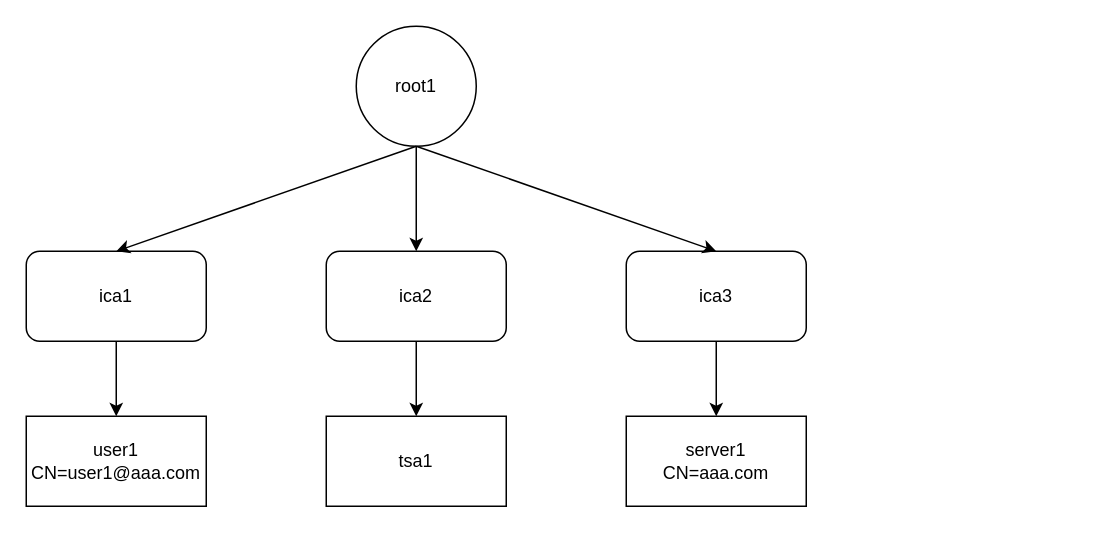
Above: model1.drawio in kjur/Hello-World (draw.io), before the change. Source tidied: cells renumbered, new cells numbered last; positions are measured from the earlier drawing's top-left corner, leaving out a move shared by most shapes. Both pictures are drawn from the tidied source at 150%, with x=0, y=0 at pixel (26, 26).
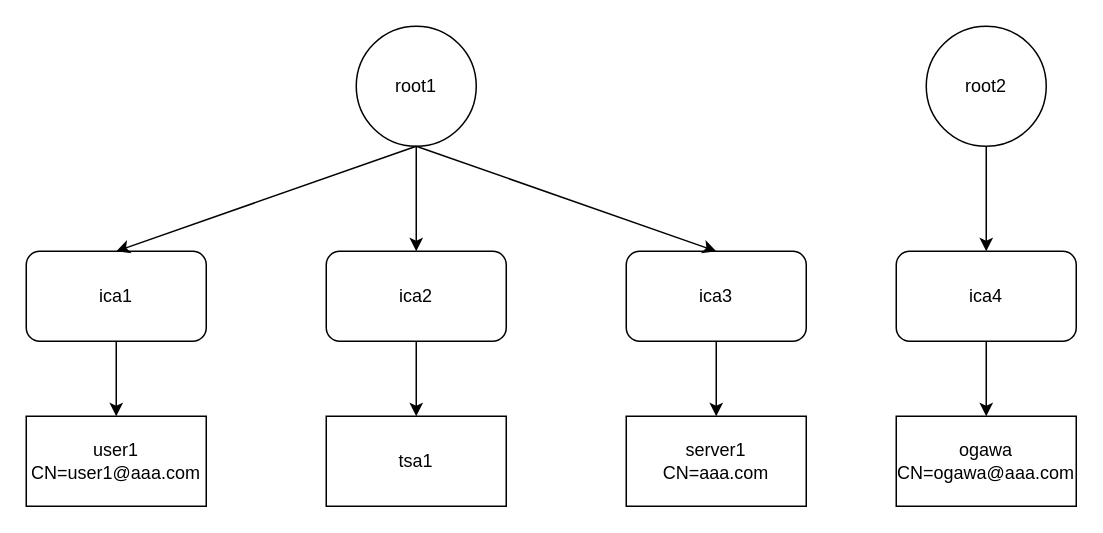
The same page after the edit.

The edit, as a diff of the source:
```diff
@@
 <mxGraphModel>
   <root>
     <mxCell id="0" />
     <mxCell id="1" parent="0" />
     <mxCell id="2" value="root1" style="ellipse;whiteSpace=wrap;html=1;" parent="1" vertex="1">
       <mxGeometry x="220" width="80" height="80" as="geometry" />
     </mxCell>
     <mxCell id="3" value="ica1" style="rounded=1;whiteSpace=wrap;html=1;" parent="1" vertex="1">
       <mxGeometry y="150" width="120" height="60" as="geometry" />
     </mxCell>
     <mxCell id="4" value="ica2" style="rounded=1;whiteSpace=wrap;html=1;" parent="1" vertex="1">
       <mxGeometry x="200" y="150" width="120" height="60" as="geometry" />
     </mxCell>
     <mxCell id="5" value="ica3" style="rounded=1;whiteSpace=wrap;html=1;" parent="1" vertex="1">
       <mxGeometry x="400" y="150" width="120" height="60" as="geometry" />
     </mxCell>
     <mxCell id="6" value="user1&lt;br&gt;CN=user1@aaa.com" style="rounded=0;whiteSpace=wrap;html=1;" parent="1" vertex="1">
       <mxGeometry y="260" width="120" height="60" as="geometry" />
     </mxCell>
     <mxCell id="7" value="tsa1" style="rounded=0;whiteSpace=wrap;html=1;" parent="1" vertex="1">
       <mxGeometry x="200" y="260" width="120" height="60" as="geometry" />
     </mxCell>
     <mxCell id="8" value="server1&lt;br&gt;CN=aaa.com" style="rounded=0;whiteSpace=wrap;html=1;" parent="1" vertex="1">
       <mxGeometry x="400" y="260" width="120" height="60" as="geometry" />
     </mxCell>
     <mxCell id="9" style="endArrow=classic;html=1;rounded=0;exitX=0.5;exitY=1;exitDx=0;exitDy=0;entryX=0.5;entryY=0;entryDx=0;entryDy=0;" parent="1" edge="1" source="2" target="3">
       <mxGeometry relative="1" as="geometry" />
     </mxCell>
     <mxCell id="10" style="endArrow=classic;html=1;rounded=0;exitX=0.5;exitY=1;exitDx=0;exitDy=0;entryX=0.5;entryY=0;entryDx=0;entryDy=0;" parent="1" edge="1" source="2" target="4">
       <mxGeometry relative="1" as="geometry" />
     </mxCell>
     <mxCell id="11" style="endArrow=classic;html=1;rounded=0;exitX=0.5;exitY=1;exitDx=0;exitDy=0;entryX=0.5;entryY=0;entryDx=0;entryDy=0;" parent="1" edge="1" source="2" target="5">
       <mxGeometry relative="1" as="geometry" />
     </mxCell>
     <mxCell id="12" style="endArrow=classic;html=1;rounded=0;exitX=0.5;exitY=1;exitDx=0;exitDy=0;entryX=0.5;entryY=0;entryDx=0;entryDy=0;" parent="1" edge="1" source="3" target="6">
       <mxGeometry relative="1" as="geometry" />
     </mxCell>
     <mxCell id="13" style="endArrow=classic;html=1;rounded=0;exitX=0.5;exitY=1;exitDx=0;exitDy=0;entryX=0.5;entryY=0;entryDx=0;entryDy=0;" parent="1" edge="1" source="4" target="7">
       <mxGeometry relative="1" as="geometry" />
     </mxCell>
     <mxCell id="14" style="endArrow=classic;html=1;rounded=0;exitX=0.5;exitY=1;exitDx=0;exitDy=0;entryX=0.5;entryY=0;entryDx=0;entryDy=0;" parent="1" edge="1" source="5" target="8">
       <mxGeometry relative="1" as="geometry" />
     </mxCell>
+    <mxCell id="15" value="root2" style="ellipse;whiteSpace=wrap;html=1;" parent="1" vertex="1">
+      <mxGeometry x="600" width="80" height="80" as="geometry" />
+    </mxCell>
+    <mxCell id="16" value="ica4" style="rounded=1;whiteSpace=wrap;html=1;" parent="1" vertex="1">
+      <mxGeometry x="580" y="150" width="120" height="60" as="geometry" />
+    </mxCell>
+    <mxCell id="17" value="ogawa&lt;br&gt;CN=ogawa@aaa.com" style="rounded=0;whiteSpace=wrap;html=1;" parent="1" vertex="1">
+      <mxGeometry x="580" y="260" width="120" height="60" as="geometry" />
+    </mxCell>
+    <mxCell id="18" style="endArrow=classic;html=1;rounded=0;exitX=0.5;exitY=1;exitDx=0;exitDy=0;entryX=0.5;entryY=0;entryDx=0;entryDy=0;" parent="1" edge="1" source="15" target="16">
+      <mxGeometry relative="1" as="geometry" />
+    </mxCell>
+    <mxCell id="19" style="endArrow=classic;html=1;rounded=0;exitX=0.5;exitY=1;exitDx=0;exitDy=0;entryX=0.5;entryY=0;entryDx=0;entryDy=0;" parent="1" edge="1" source="16" target="17">
+      <mxGeometry relative="1" as="geometry" />
+    </mxCell>
   </root>
 </mxGraphModel>
```
